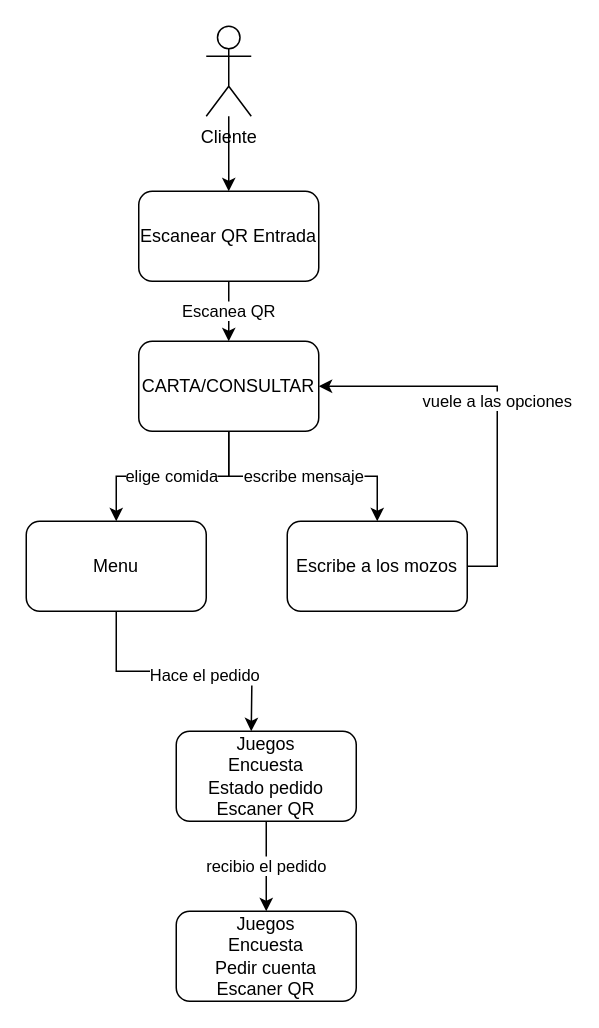
LodolaTomas/2021_TP_PPS_Comanda_1_cuatri keeps this draw.io diagram as assetsReadme/pedido.drawio. Above is the earlier version. Source tidied: cells renumbered, new cells numbered last; positions are measured from the earlier drawing's top-left corner, leaving out a move shared by most shapes. Both pictures are drawn from the tidied source at 150%, with x=0, y=0 at pixel (26, 26).
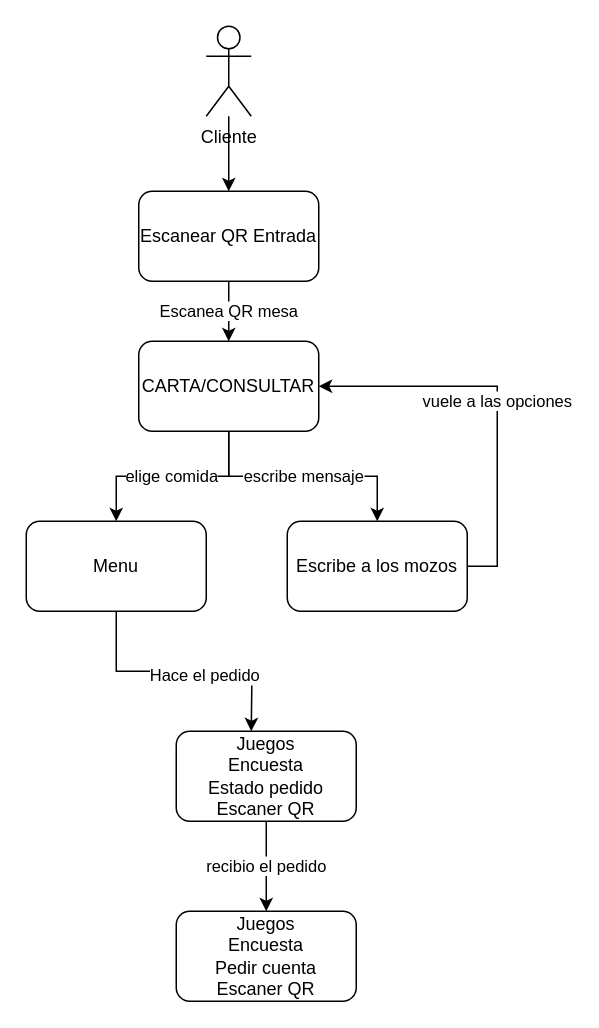
After the change.

The edit, as a diff of the source:
```diff
@@
 <mxGraphModel>
   <root>
     <mxCell id="0" />
     <mxCell id="1" parent="0" />
-    <mxCell id="2" value="Escanea QR" style="edgeStyle=orthogonalEdgeStyle;rounded=0;jettySize=auto;html=1;exitX=0.5;exitY=1;exitDx=0;exitDy=0;entryX=0.5;entryY=0;entryDx=0;entryDy=0;" parent="1" edge="1" source="3" target="8">
+    <mxCell id="2" value="Escanea QR mesa" style="edgeStyle=orthogonalEdgeStyle;rounded=0;jettySize=auto;html=1;exitX=0.5;exitY=1;exitDx=0;exitDy=0;entryX=0.5;entryY=0;entryDx=0;entryDy=0;" parent="1" edge="1" source="3" target="8">
       <mxGeometry relative="1" as="geometry" />
     </mxCell>
     <mxCell id="3" value="Escanear QR Entrada" style="rounded=1;whiteSpace=wrap;html=1;" parent="1" vertex="1">
       <mxGeometry x="75" y="110" width="120" height="60" as="geometry" />
     </mxCell>
     <mxCell id="4" style="edgeStyle=orthogonalEdgeStyle;rounded=0;jettySize=auto;html=1;entryX=0.5;entryY=0;entryDx=0;entryDy=0;" parent="1" edge="1" source="5" target="3">
       <mxGeometry relative="1" as="geometry" />
     </mxCell>
     <mxCell id="5" value="Cliente&lt;br&gt;" style="shape=umlActor;verticalLabelPosition=bottom;verticalAlign=top;html=1;outlineConnect=0;" parent="1" vertex="1">
       <mxGeometry x="120" width="30" height="60" as="geometry" />
     </mxCell>
     <mxCell id="6" value="escribe mensaje" style="edgeStyle=orthogonalEdgeStyle;rounded=0;jettySize=auto;html=1;exitX=0.5;exitY=1;exitDx=0;exitDy=0;entryX=0.5;entryY=0;entryDx=0;entryDy=0;" parent="1" edge="1" source="8" target="10">
       <mxGeometry relative="1" as="geometry" />
     </mxCell>
     <mxCell id="7" value="elige comida" style="edgeStyle=orthogonalEdgeStyle;rounded=0;jettySize=auto;html=1;exitX=0.5;exitY=1;exitDx=0;exitDy=0;entryX=0.5;entryY=0;entryDx=0;entryDy=0;" parent="1" edge="1" source="8" target="14">
       <mxGeometry relative="1" as="geometry" />
     </mxCell>
     <mxCell id="8" value="CARTA/CONSULTAR" style="rounded=1;whiteSpace=wrap;html=1;" parent="1" vertex="1">
       <mxGeometry x="75" y="210" width="120" height="60" as="geometry" />
     </mxCell>
     <mxCell id="9" value="vuele a las opciones" style="edgeStyle=orthogonalEdgeStyle;rounded=0;jettySize=auto;html=1;exitX=1;exitY=0.5;exitDx=0;exitDy=0;entryX=1;entryY=0.5;entryDx=0;entryDy=0;" parent="1" edge="1" source="10" target="8">
       <mxGeometry relative="1" as="geometry" />
     </mxCell>
     <mxCell id="10" value="Escribe a los mozos" style="rounded=1;whiteSpace=wrap;html=1;" parent="1" vertex="1">
       <mxGeometry x="174" y="330" width="120" height="60" as="geometry" />
     </mxCell>
     <mxCell id="11" style="edgeStyle=orthogonalEdgeStyle;rounded=0;orthogonalLoop=1;jettySize=auto;html=1;exitX=0.5;exitY=1;exitDx=0;exitDy=0;" parent="1" edge="1" source="8" target="8">
       <mxGeometry relative="1" as="geometry" />
     </mxCell>
     <mxCell id="12" style="edgeStyle=orthogonalEdgeStyle;rounded=0;jettySize=auto;html=1;exitX=0.5;exitY=1;exitDx=0;exitDy=0;" parent="1" edge="1" source="14">
       <mxGeometry relative="1" as="geometry">
         <mxPoint x="150" y="470" as="targetPoint" />
       </mxGeometry>
     </mxCell>
     <mxCell id="13" value="Hace el pedido" style="edgeLabel;html=1;align=center;verticalAlign=middle;" parent="12" vertex="1">
       <mxGeometry x="0.15" y="-2" relative="1" as="geometry" />
     </mxCell>
     <mxCell id="14" value="Menu" style="rounded=1;whiteSpace=wrap;html=1;" parent="1" vertex="1">
       <mxGeometry y="330" width="120" height="60" as="geometry" />
     </mxCell>
     <mxCell id="15" value="recibio el pedido" style="edgeStyle=orthogonalEdgeStyle;rounded=0;jettySize=auto;html=1;exitX=0.5;exitY=1;exitDx=0;exitDy=0;entryX=0.5;entryY=0;entryDx=0;entryDy=0;" parent="1" edge="1" source="16" target="17">
       <mxGeometry relative="1" as="geometry" />
     </mxCell>
     <mxCell id="16" value="Juegos&lt;br&gt;Encuesta&lt;br&gt;Estado pedido&lt;br&gt;Escaner QR" style="rounded=1;whiteSpace=wrap;html=1;" parent="1" vertex="1">
       <mxGeometry x="100" y="470" width="120" height="60" as="geometry" />
     </mxCell>
     <mxCell id="17" value="Juegos&lt;br&gt;Encuesta&lt;br&gt;Pedir cuenta&lt;br&gt;Escaner QR" style="rounded=1;whiteSpace=wrap;html=1;" parent="1" vertex="1">
       <mxGeometry x="100" y="590" width="120" height="60" as="geometry" />
     </mxCell>
   </root>
 </mxGraphModel>
```
